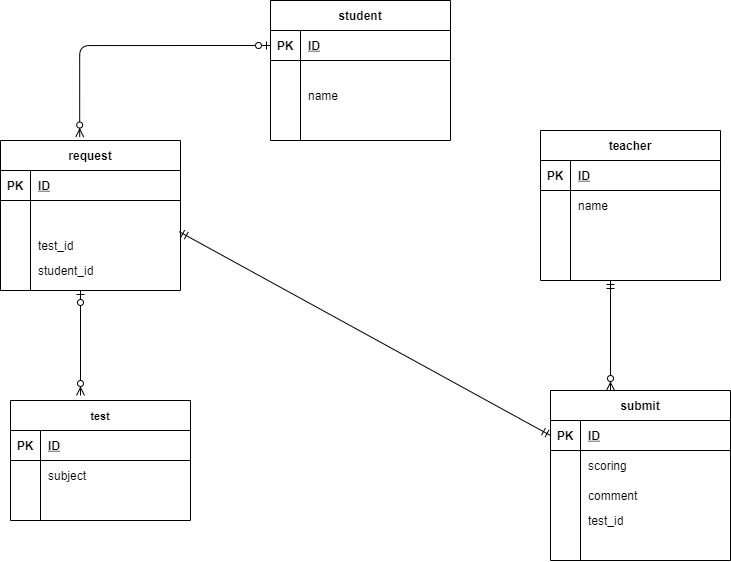
Above: index.drawio.png in kgrkgr/datebase (draw.io), before the change. Source tidied: cells renumbered, new cells last; positions are measured from the earlier drawing's top-left corner, leaving out a move shared by most shapes.
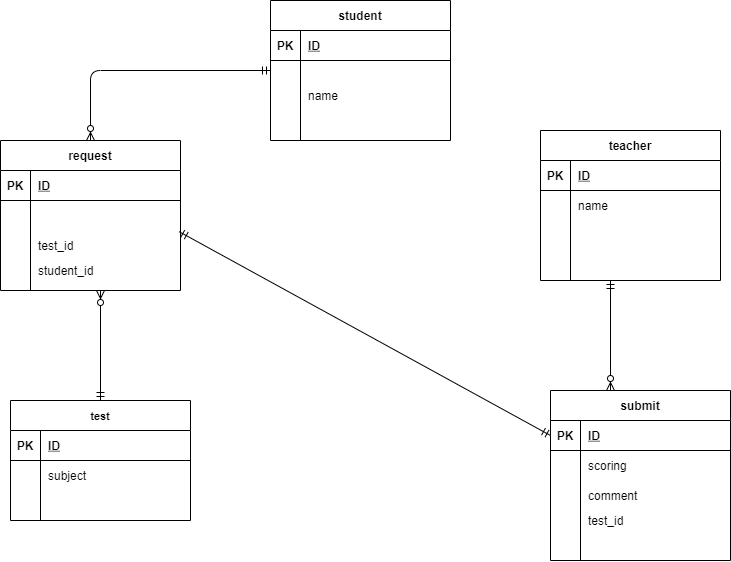
After the commit.

Diff of the diagram source:
```diff
@@ -206,14 +206,13 @@
     <mxCell id="68" style="fontSize=12;html=1;endArrow=ERmandOne;startArrow=ERmandOne;exitX=0.993;exitY=0.041;exitDx=0;exitDy=0;exitPerimeter=0;entryX=0;entryY=0.5;entryDx=0;entryDy=0;" parent="1" edge="1" source="48" target="16">
       <mxGeometry relative="1" as="geometry" />
     </mxCell>
-    <mxCell id="69" style="fontSize=12;html=1;endArrow=ERzeroToMany;startArrow=ERzeroToOne;" parent="1" edge="1">
-      <mxGeometry relative="1" as="geometry">
-        <mxPoint x="80" y="290" as="sourcePoint" />
-        <mxPoint x="80" y="395" as="targetPoint" />
-      </mxGeometry>
-    </mxCell>
-    <mxCell id="70" style="fontSize=12;html=1;endArrow=ERzeroToMany;startArrow=ERzeroToOne;exitX=0;exitY=0.5;exitDx=0;exitDy=0;entryX=0.44;entryY=-0.023;entryDx=0;entryDy=0;entryPerimeter=0;edgeStyle=orthogonalEdgeStyle;" parent="1" edge="1" source="3" target="41">
-      <mxGeometry relative="1" as="geometry" />
-    </mxCell>
+    <mxCell id="71" style="edgeStyle=orthogonalEdgeStyle;fontSize=12;html=1;endArrow=ERzeroToMany;startArrow=ERmandOne;exitX=0;exitY=0.5;exitDx=0;exitDy=0;entryX=0.5;entryY=0;entryDx=0;entryDy=0;" parent="1" edge="1" source="6" target="41">
+      <mxGeometry relative="1" as="geometry" />
+    </mxCell>
+    <mxCell id="72" style="fontSize=12;html=1;endArrow=ERzeroToMany;startArrow=ERmandOne;exitX=0.5;exitY=0;exitDx=0;exitDy=0;" parent="1" edge="1" source="31">
+      <mxGeometry relative="1" as="geometry">
+        <mxPoint x="100" y="290" as="targetPoint" />
+      </mxGeometry>
+    </mxCell>
   </root>
 </mxGraphModel>
```
